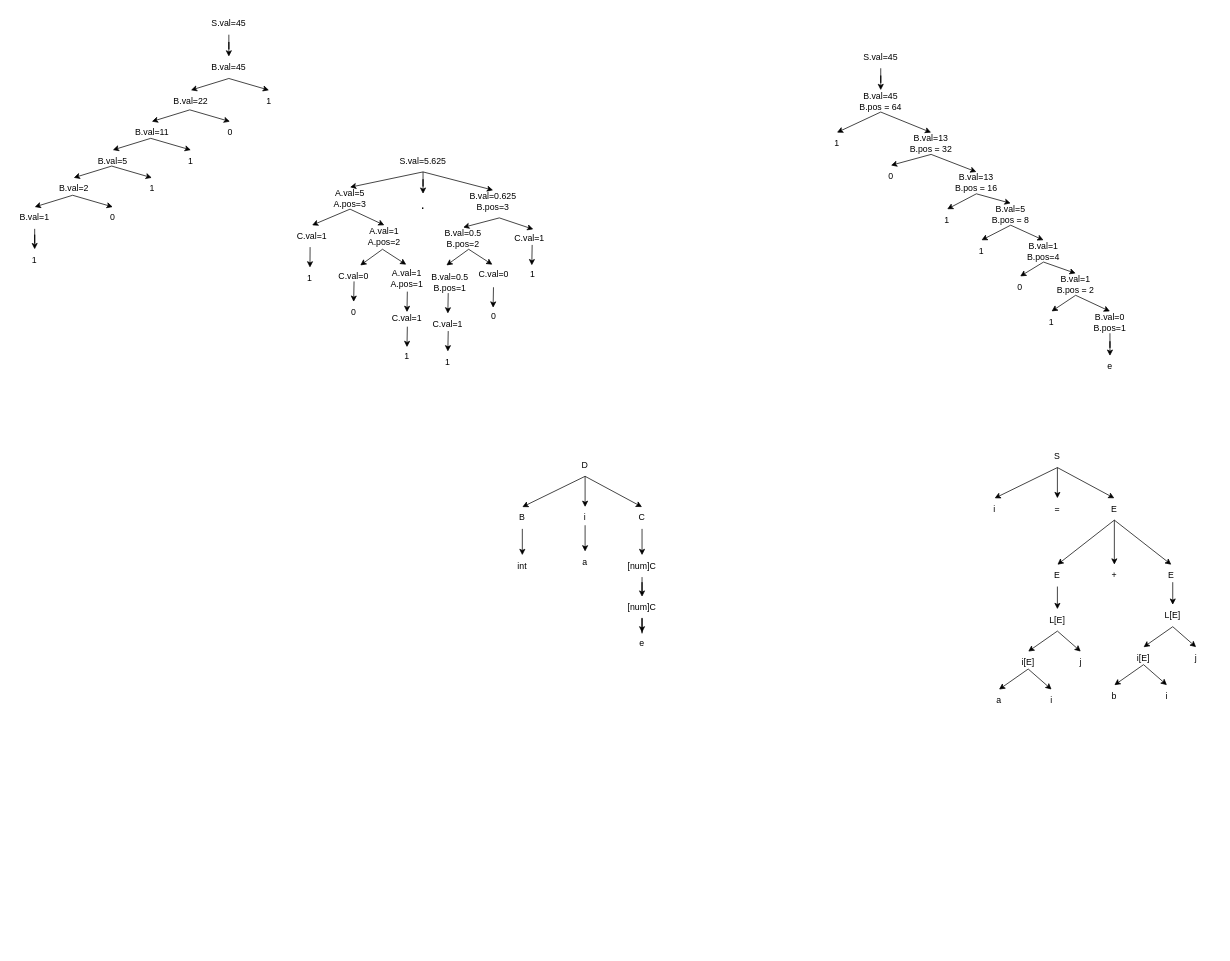
Above: 编译原理作业7.drawio in ZYNsama666/BackUp (draw.io), before the change. Source tidied: cells renumbered, new cells numbered last; positions are measured from the earlier drawing's top-left corner, leaving out a move shared by most shapes. Both pictures are drawn from the tidied source at 73%, with x=0, y=0 at pixel (12, 12).
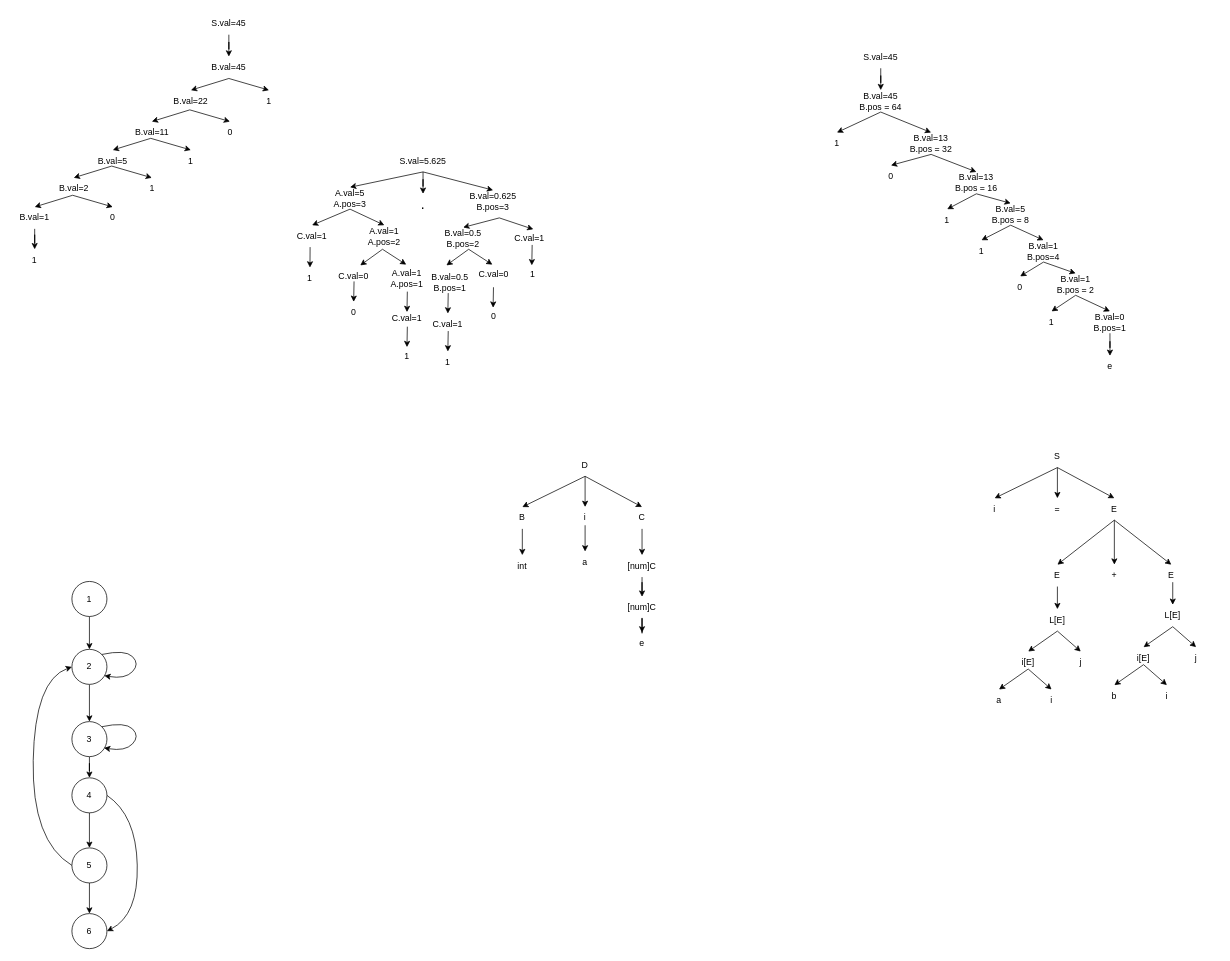
Above is the later version.

Commit message:
更新编译原理作业7.drawio

Change to the diagram source:
```diff
@@
+    <mxCell id="145" style="edgeStyle=orthogonalEdgeStyle;rounded=0;jettySize=auto;html=1;" parent="1" edge="1" source="146" target="148">
+      <mxGeometry relative="1" as="geometry" />
+    </mxCell>
+    <mxCell id="146" value="1" style="ellipse;whiteSpace=wrap;html=1;" parent="1" vertex="1">
+      <mxGeometry x="81" y="779" width="48" height="48" as="geometry" />
+    </mxCell>
+    <mxCell id="147" style="edgeStyle=orthogonalEdgeStyle;rounded=0;jettySize=auto;html=1;" parent="1" edge="1" source="148" target="150">
+      <mxGeometry relative="1" as="geometry" />
+    </mxCell>
+    <mxCell id="148" value="2" style="ellipse;whiteSpace=wrap;html=1;" parent="1" vertex="1">
+      <mxGeometry x="81" y="872" width="48" height="48" as="geometry" />
+    </mxCell>
+    <mxCell id="149" style="edgeStyle=orthogonalEdgeStyle;rounded=0;jettySize=auto;html=1;" parent="1" edge="1" source="150" target="153">
+      <mxGeometry relative="1" as="geometry" />
+    </mxCell>
+    <mxCell id="150" value="3" style="ellipse;whiteSpace=wrap;html=1;" parent="1" vertex="1">
+      <mxGeometry x="81" y="971" width="48" height="48" as="geometry" />
+    </mxCell>
+    <mxCell id="151" value="6" style="ellipse;whiteSpace=wrap;html=1;" parent="1" vertex="1">
+      <mxGeometry x="81" y="1234" width="48" height="48" as="geometry" />
+    </mxCell>
+    <mxCell id="152" style="edgeStyle=orthogonalEdgeStyle;rounded=0;jettySize=auto;html=1;" parent="1" edge="1" source="153" target="155">
+      <mxGeometry relative="1" as="geometry" />
+    </mxCell>
+    <mxCell id="153" value="4" style="ellipse;whiteSpace=wrap;html=1;" parent="1" vertex="1">
+      <mxGeometry x="81" y="1048" width="48" height="48" as="geometry" />
+    </mxCell>
+    <mxCell id="154" style="edgeStyle=orthogonalEdgeStyle;rounded=0;jettySize=auto;html=1;entryX=0.5;entryY=0;entryDx=0;entryDy=0;" parent="1" edge="1" source="155" target="151">
+      <mxGeometry relative="1" as="geometry" />
+    </mxCell>
+    <mxCell id="155" value="5" style="ellipse;whiteSpace=wrap;html=1;" parent="1" vertex="1">
+      <mxGeometry x="81" y="1144" width="48" height="48" as="geometry" />
+    </mxCell>
+    <mxCell id="156" style="curved=1;endArrow=classic;html=1;rounded=0;exitX=0;exitY=0.5;exitDx=0;exitDy=0;entryX=0;entryY=0.5;entryDx=0;entryDy=0;" parent="1" edge="1" source="155" target="148">
+      <mxGeometry relative="1" as="geometry">
+        <Array as="points">
+          <mxPoint x="26" y="1135" />
+          <mxPoint x="30" y="914" />
+        </Array>
+      </mxGeometry>
+    </mxCell>
+    <mxCell id="157" style="curved=1;endArrow=classic;html=1;rounded=0;exitX=1;exitY=0;exitDx=0;exitDy=0;entryX=0.926;entryY=0.753;entryDx=0;entryDy=0;entryPerimeter=0;" parent="1" edge="1" source="148" target="148">
+      <mxGeometry relative="1" as="geometry">
+        <Array as="points">
+          <mxPoint x="154" y="872" />
+          <mxPoint x="174" y="892" />
+          <mxPoint x="154" y="913" />
+        </Array>
+      </mxGeometry>
+    </mxCell>
+    <mxCell id="158" style="curved=1;endArrow=classic;html=1;rounded=0;exitX=1;exitY=0;exitDx=0;exitDy=0;entryX=0.926;entryY=0.753;entryDx=0;entryDy=0;entryPerimeter=0;" parent="1" edge="1">
+      <mxGeometry relative="1" as="geometry">
+        <mxPoint x="122" y="978" as="sourcePoint" />
+        <mxPoint x="125" y="1007" as="targetPoint" />
+        <Array as="points">
+          <mxPoint x="154" y="971" />
+          <mxPoint x="174" y="991" />
+          <mxPoint x="154" y="1012" />
+        </Array>
+      </mxGeometry>
+    </mxCell>
+    <mxCell id="159" style="curved=1;endArrow=classic;html=1;rounded=0;exitX=1;exitY=0.5;exitDx=0;exitDy=0;entryX=1;entryY=0.5;entryDx=0;entryDy=0;" parent="1" edge="1" source="153" target="151">
+      <mxGeometry relative="1" as="geometry">
+        <Array as="points">
+          <mxPoint x="169" y="1099" />
+          <mxPoint x="172" y="1236" />
+        </Array>
+      </mxGeometry>
+    </mxCell>
```
